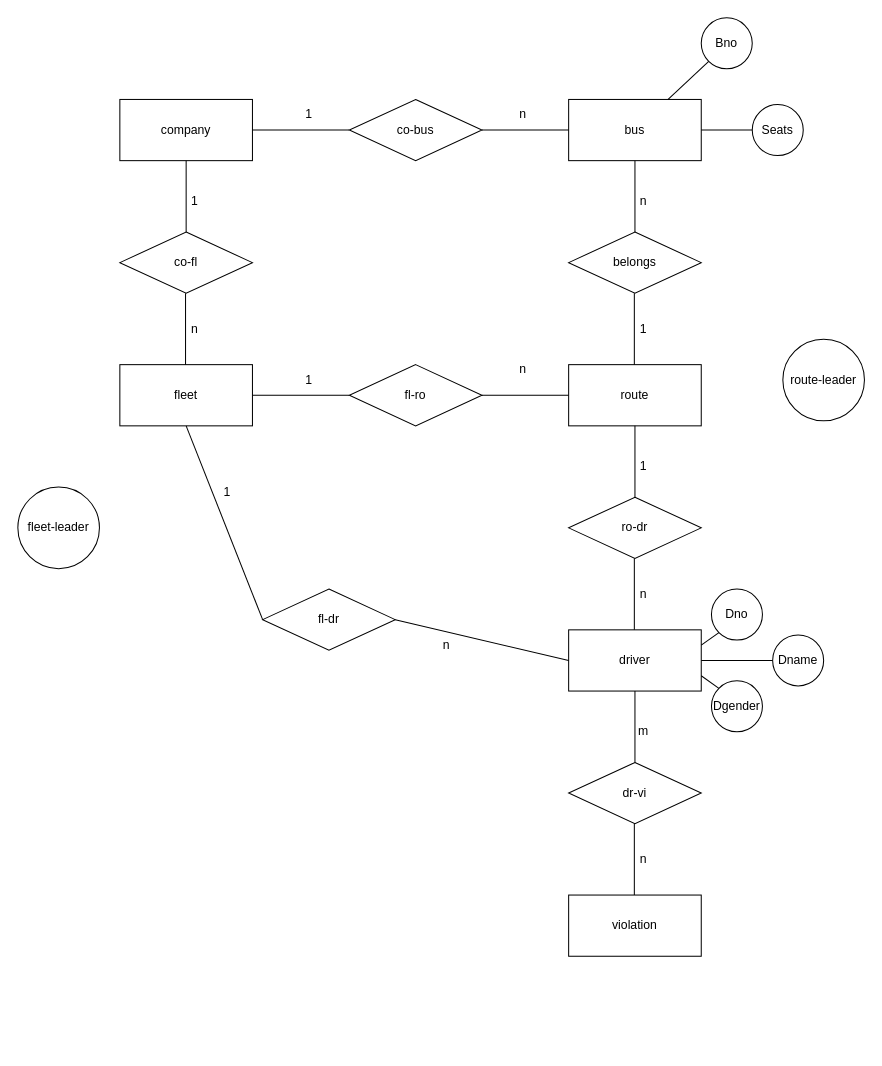
The draw.io diagram ERD.drawio in GodHu777777/BusManageSystem, before the edit. Source tidied: cells renumbered, new cells numbered last; positions are measured from the earlier drawing's top-left corner, leaving out a move shared by most shapes. Both pictures are drawn from the tidied source at 102%, with x=0, y=0 at pixel (17, 17).
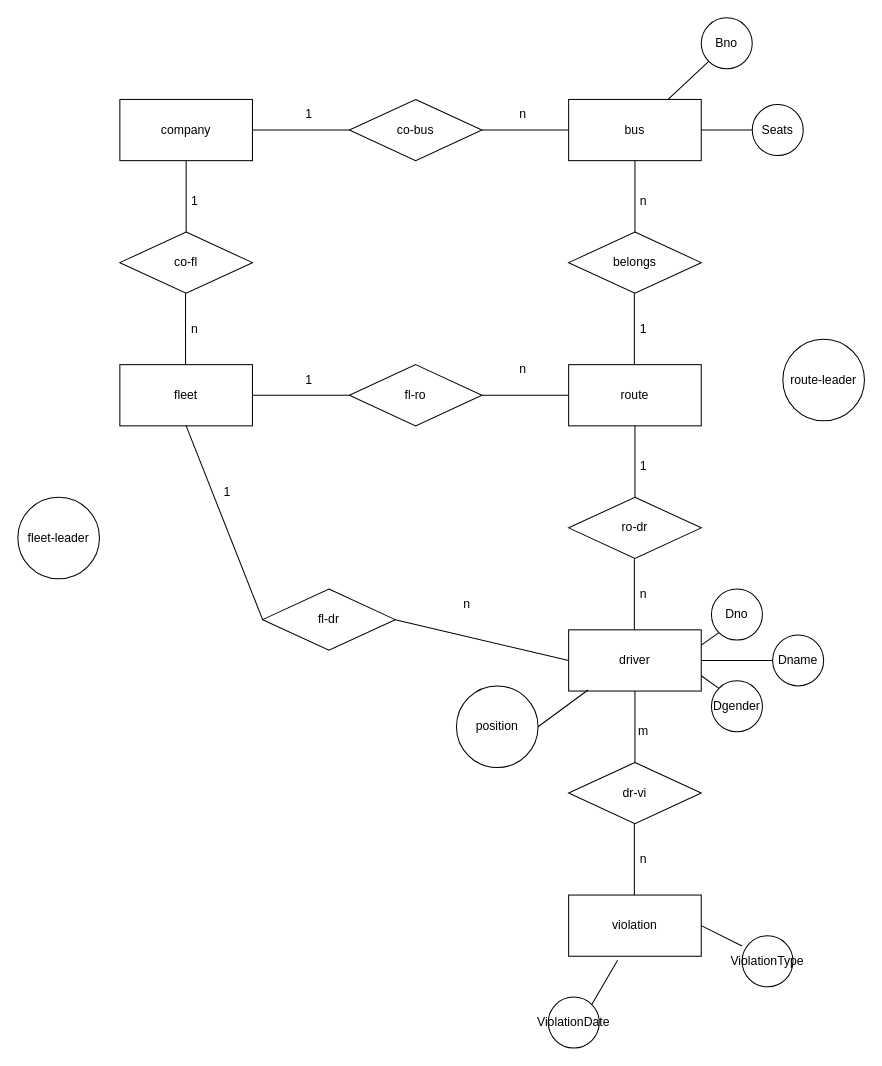
After the change.

The change refers to these unchanged cells:
```xml
<mxCell id="27" value="driver" style="rounded=0;whiteSpace=wrap;html=1;" parent="1" vertex="1">
  <mxGeometry x="540" y="600" width="130" height="60" as="geometry" />
</mxCell>
<mxCell id="34" value="violation" style="rounded=0;whiteSpace=wrap;html=1;" parent="1" vertex="1">
  <mxGeometry x="540" y="860" width="130" height="60" as="geometry" />
</mxCell>
```

Diff of the diagram source:
```diff
@@
     <mxCell id="39" value="fleet-leader" style="ellipse;whiteSpace=wrap;html=1;" parent="1" vertex="1">
-      <mxGeometry y="460" width="80" height="80" as="geometry" />
+      <mxGeometry y="470" width="80" height="80" as="geometry" />
     </mxCell>
@@
     <mxCell id="53" value="n" style="text;html=1;align=center;verticalAlign=middle;strokeColor=none;fillColor=none;" parent="1" vertex="1">
-      <mxGeometry x="405" y="600" width="30" height="30" as="geometry" />
+      <mxGeometry x="425" y="560" width="30" height="30" as="geometry" />
     </mxCell>
@@
+    <mxCell id="55" value="position" style="ellipse;whiteSpace=wrap;html=1;" parent="1" vertex="1">
+      <mxGeometry x="430" y="655" width="80" height="80" as="geometry" />
+    </mxCell>
+    <mxCell id="56" style="endArrow=none;html=1;exitX=1;exitY=0.5;exitDx=0;exitDy=0;entryX=0.146;entryY=0.983;entryDx=0;entryDy=0;entryPerimeter=0;" parent="1" edge="1" source="55" target="27">
+      <mxGeometry relative="1" as="geometry" />
+    </mxCell>
+    <mxCell id="57" value="ViolationType" style="ellipse;whiteSpace=wrap;html=1;" parent="1" vertex="1">
+      <mxGeometry x="710" y="900" width="50" height="50" as="geometry" />
+    </mxCell>
+    <mxCell id="58" value="ViolationDate&lt;br&gt;" style="ellipse;whiteSpace=wrap;html=1;" parent="1" vertex="1">
+      <mxGeometry x="520" y="960" width="50" height="50" as="geometry" />
+    </mxCell>
+    <mxCell id="59" style="endArrow=none;html=1;entryX=0.369;entryY=1.067;entryDx=0;entryDy=0;exitX=1;exitY=0;exitDx=0;exitDy=0;entryPerimeter=0;" parent="1" edge="1" source="58" target="34">
+      <mxGeometry relative="1" as="geometry" />
+    </mxCell>
+    <mxCell id="60" style="endArrow=none;html=1;entryX=1;entryY=0.5;entryDx=0;entryDy=0;exitX=0;exitY=0.2;exitDx=0;exitDy=0;exitPerimeter=0;" parent="1" edge="1" source="57" target="34">
+      <mxGeometry relative="1" as="geometry" />
+    </mxCell>
```
